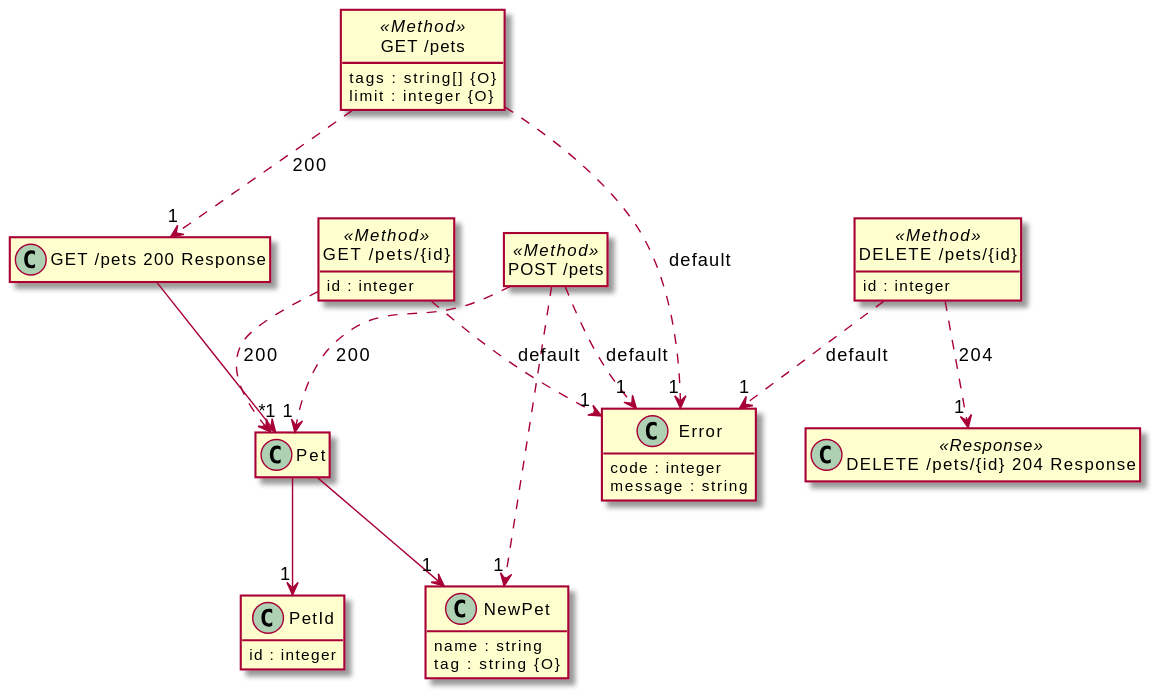
Above: src/docs/tests/petstore-expanded.puml.svg in davidmoten/openapi-to-plantuml (PlantUML), before the change.
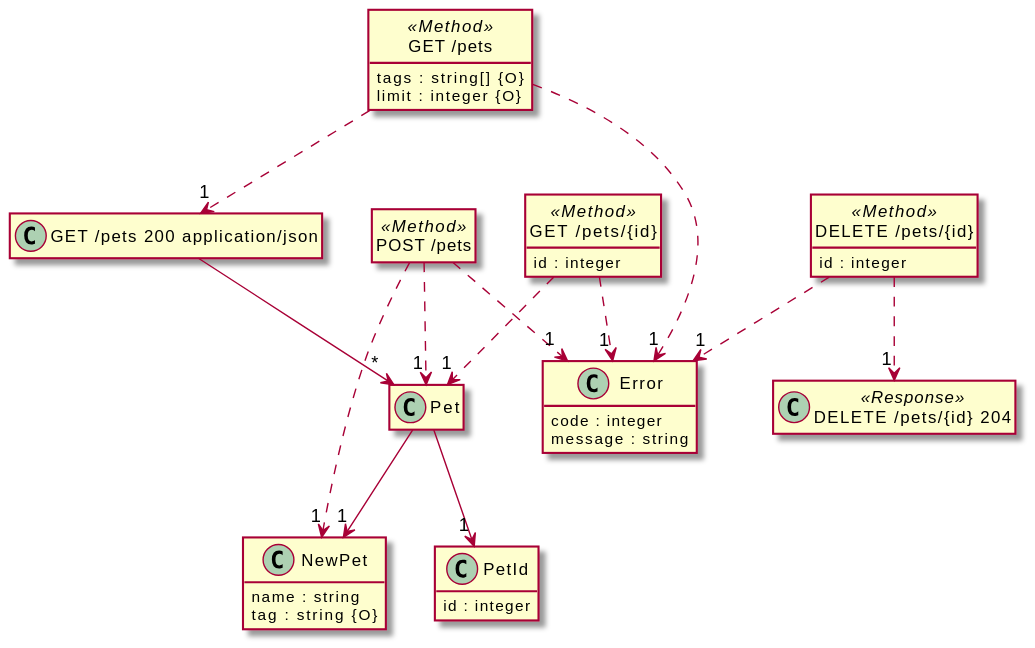
Later version of the same file.

Change to the diagram source:
```diff
@@ -26,7 +26,7 @@
   limit : integer {O}
 }
 
-class "GET /pets 200 Response" {
+class "GET /pets 200 application/json" {
 }
 
 class "POST /pets" <<Method>> {
@@ -40,31 +40,31 @@
   id : integer
 }
 
-class "DELETE /pets/{id} 204 Response" <<Response>> {
+class "DELETE /pets/{id} 204" <<Response>> {
 }
 
 "Pet" --> "1" "NewPet"
 
 "Pet" --> "1" "PetId"
 
-"GET /pets 200 Response" --> "*" "Pet"
+"GET /pets 200 application/json" --> "*" "Pet"
 
-"GET /pets" ..> "1" "GET /pets 200 Response" : "200"
+"GET /pets" ..> "1" "GET /pets 200 application/json"
 
-"GET /pets" ..> "1" "Error" : "default"
+"GET /pets" ..> "1" "Error"
 
-"POST /pets" ..> "1" "Pet" : "200"
+"POST /pets" ..> "1" "Pet"
 
-"POST /pets" ..> "1" "Error" : "default"
+"POST /pets" ..> "1" "Error"
 
 "POST /pets" ..> "1" "NewPet"
 
-"GET /pets/{id}" ..> "1" "Pet" : "200"
+"GET /pets/{id}" ..> "1" "Pet"
 
-"GET /pets/{id}" ..> "1" "Error" : "default"
+"GET /pets/{id}" ..> "1" "Error"
 
-"DELETE /pets/{id}" ..> "1" "DELETE /pets/{id} 204 Response" : "204"
+"DELETE /pets/{id}" ..> "1" "DELETE /pets/{id} 204"
 
-"DELETE /pets/{id}" ..> "1" "Error" : "default"
+"DELETE /pets/{id}" ..> "1" "Error"
 
 @enduml
```
